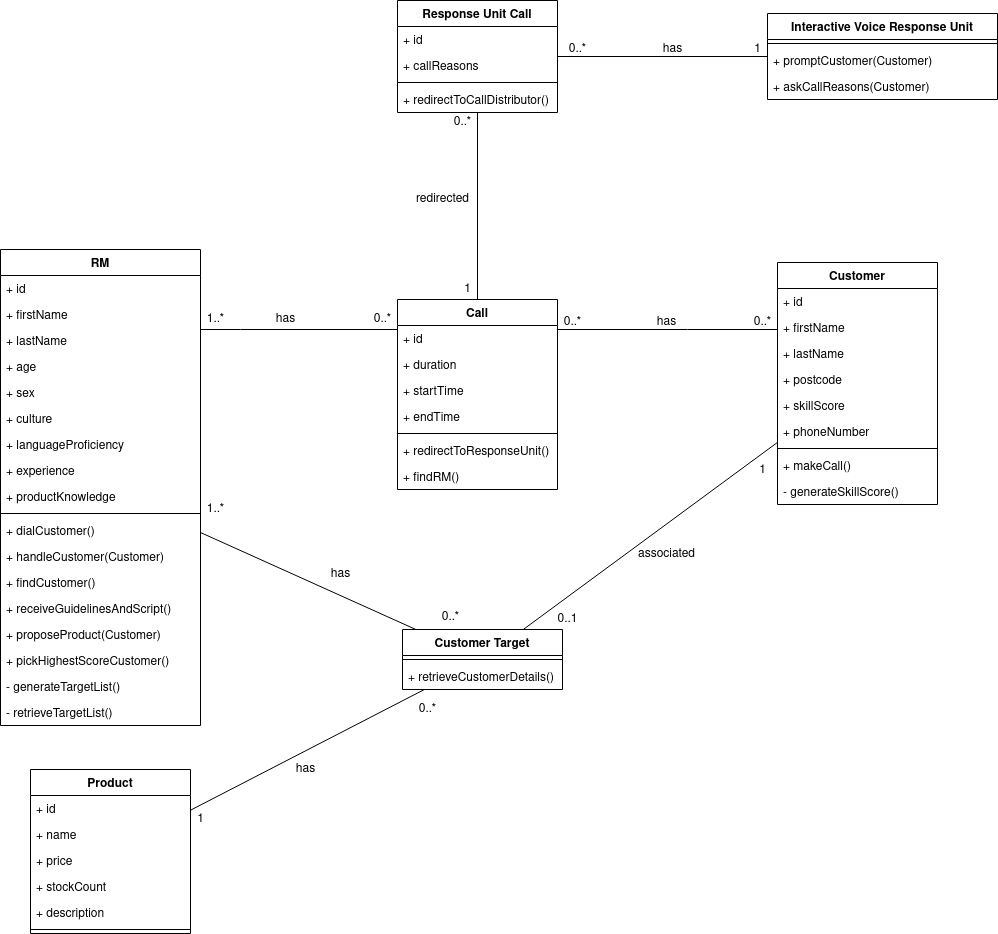
This is models/class_diagram.png from tonyhannaa/ISDMGroup2Israt, a draw.io export, as it was before one commit. Source tidied: cells renumbered, new cells last; positions are measured from the earlier drawing's top-left corner, leaving out a move shared by most shapes.
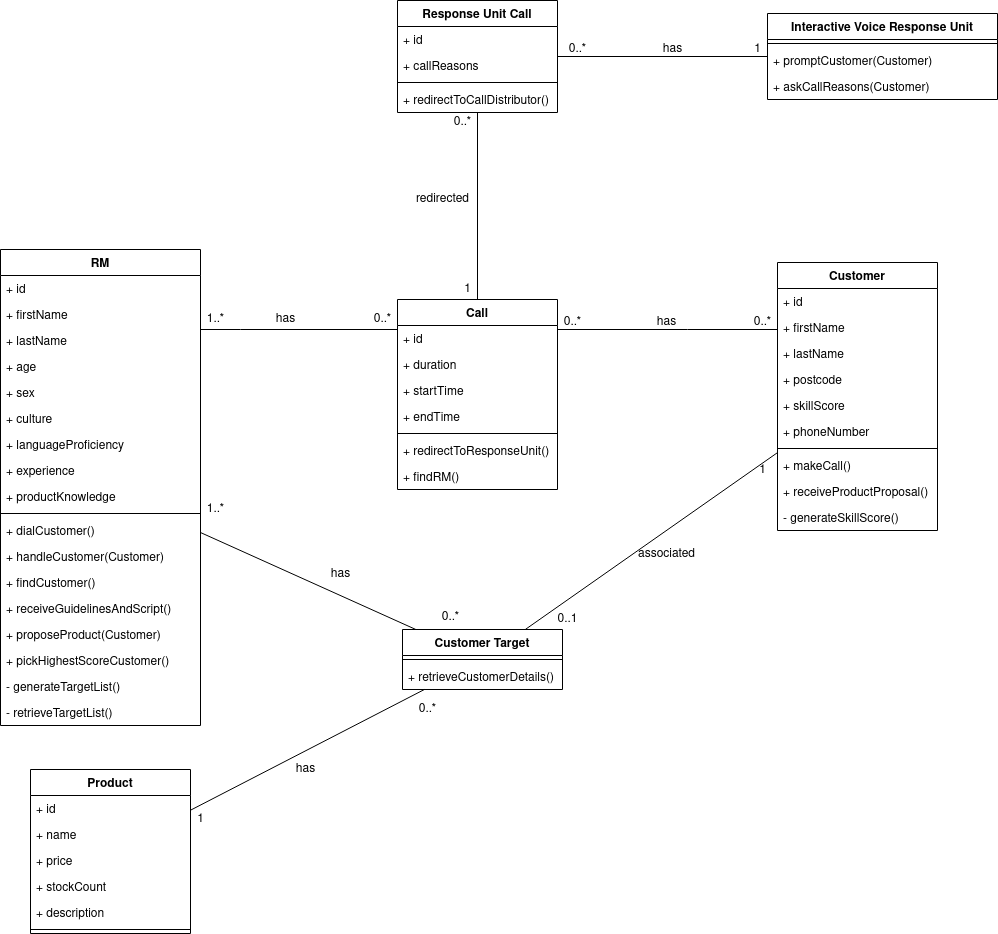
After the change.

Commit message:
Add missing receive proposal from class diagram about customer class

The edit, as a diff of the source:
```diff
@@ -199,7 +199,7 @@
       <mxGeometry y="60" width="230" height="26" as="geometry" />
     </mxCell>
     <mxCell id="64" value="Customer" style="swimlane;fontStyle=1;align=center;verticalAlign=top;horizontal=1;startSize=26;" parent="1" vertex="1">
-      <mxGeometry x="777" y="262" width="160" height="242" as="geometry" />
+      <mxGeometry x="777" y="262" width="160" height="268" as="geometry" />
     </mxCell>
     <mxCell id="65" value="+ id" style="text;strokeColor=none;fillColor=none;align=left;verticalAlign=top;spacingLeft=4;spacingRight=4;overflow=hidden;" parent="64" vertex="1">
       <mxGeometry y="26" width="160" height="26" as="geometry" />
@@ -225,8 +225,11 @@
     <mxCell id="72" value="+ makeCall()" style="text;strokeColor=none;fillColor=none;align=left;verticalAlign=top;spacingLeft=4;spacingRight=4;overflow=hidden;" parent="64" vertex="1">
       <mxGeometry y="190" width="160" height="26" as="geometry" />
     </mxCell>
+    <mxCell id="86" value="+ receiveProductProposal()" style="text;strokeColor=none;fillColor=none;align=left;verticalAlign=top;spacingLeft=4;spacingRight=4;overflow=hidden;" parent="64" vertex="1">
+      <mxGeometry y="216" width="160" height="26" as="geometry" />
+    </mxCell>
     <mxCell id="73" value="- generateSkillScore()" style="text;strokeColor=none;fillColor=none;align=left;verticalAlign=top;spacingLeft=4;spacingRight=4;overflow=hidden;" parent="64" vertex="1">
-      <mxGeometry y="216" width="160" height="26" as="geometry" />
+      <mxGeometry y="242" width="160" height="26" as="geometry" />
     </mxCell>
     <mxCell id="74" value="Product" style="swimlane;fontStyle=1;align=center;verticalAlign=top;horizontal=1;startSize=26;" parent="1" vertex="1">
       <mxGeometry x="30" y="769" width="160" height="164" as="geometry" />
```
